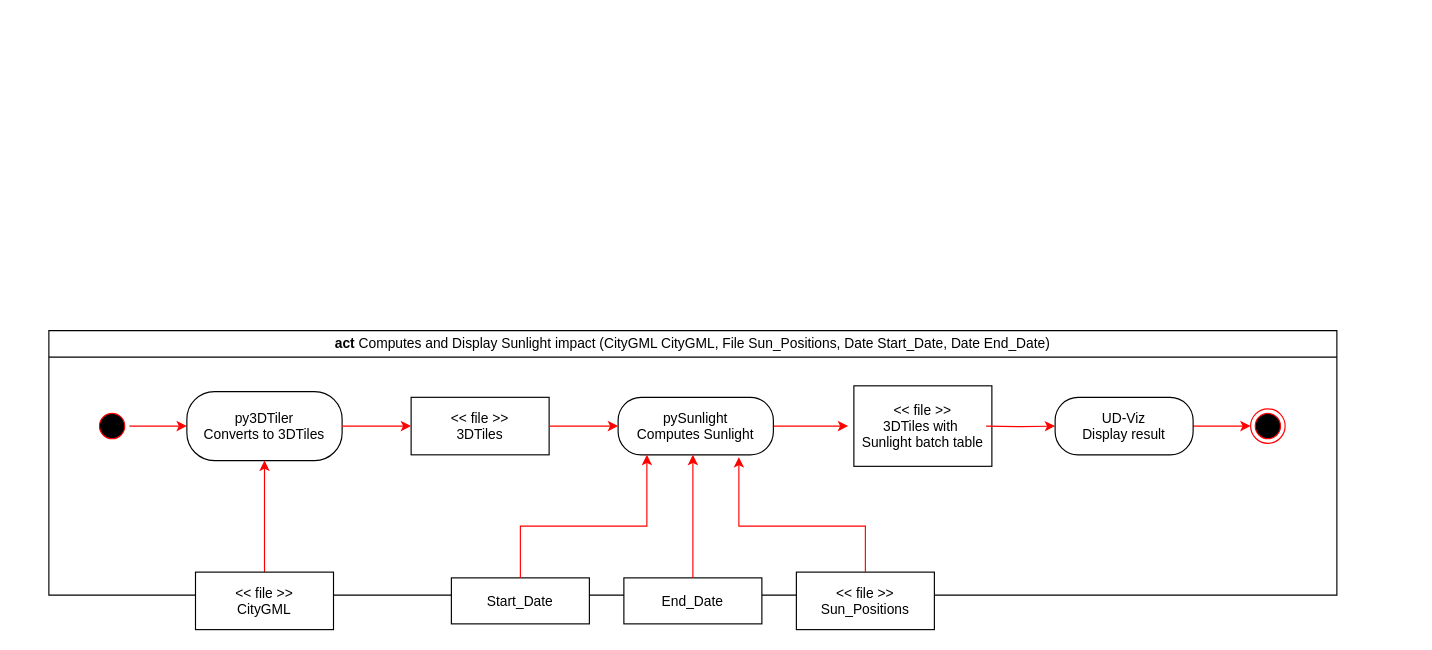
Above: page "0.3" (4 of 4) of docs/Pipeline_Activity_Chart.drawio in Marwan-Ru/Sunlight (draw.io), before the change. Source tidied: cells renumbered, new cells numbered last; positions are measured from the earlier drawing's top-left corner, leaving out a move shared by most shapes. Both pictures are drawn from the tidied source at 115%, with x=0, y=0 at pixel (48, 330).
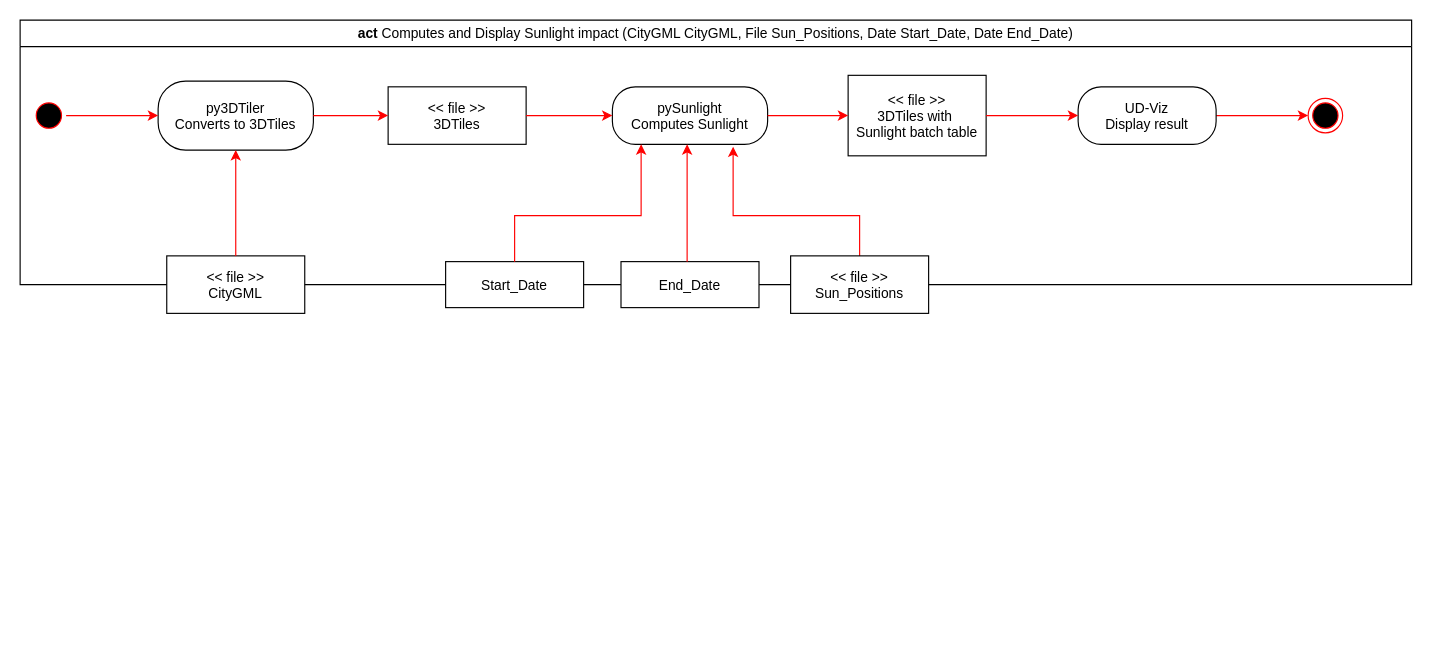
The same page after the edit.

Commit message:
Add Pipeline evolution in Pipeline Activity Chart

The change refers to these unchanged cells:
```xml
<mxCell id="7" value="py3DTiler&#10;Converts to 3DTiles" style="rounded=1;arcSize=40;" parent="3" vertex="1">
  <mxGeometry x="120" y="53" width="135" height="60" as="geometry" />
</mxCell>
```

Diff of the diagram source:
```diff
@@
     <mxCell id="2" value="&lt;&lt; file &gt;&gt;&#10;3DTiles with &#10;Sunlight batch table" parent="1" vertex="1">
-      <mxGeometry x="700" y="48" width="120" height="70" as="geometry" />
+      <mxGeometry x="695" y="-222" width="120" height="70" as="geometry" />
     </mxCell>
     <mxCell id="3" value="act&lt;span style=&quot;font-weight: normal;&quot;&gt; Computes and Display Sunlight impact (CityGML CityGML, File Sun_Positions, Date Start_Date, Date End_Date)&lt;/span&gt;" style="swimlane;whiteSpace=wrap;html=1;" parent="1" vertex="1">
-      <mxGeometry width="1120" height="230" as="geometry" />
+      <mxGeometry x="-25" y="-270" width="1210" height="230" as="geometry" />
     </mxCell>
-    <mxCell id="4" style="edgeStyle=orthogonalEdgeStyle;rounded=0;jettySize=auto;html=1;strokeColor=#FF0000;" parent="3" edge="1" target="15">
-      <mxGeometry relative="1" as="geometry">
-        <mxPoint x="815" y="83" as="sourcePoint" />
-      </mxGeometry>
-    </mxCell>
     <mxCell id="5" style="ellipse;shape=endState;fillColor=#000000;strokeColor=#ff0000;" parent="3" vertex="1">
-      <mxGeometry x="1045" y="68" width="30" height="30" as="geometry" />
+      <mxGeometry x="1120" y="68" width="30" height="30" as="geometry" />
     </mxCell>
     <mxCell id="6" style="ellipse;shape=startState;fillColor=#000000;strokeColor=#FF0000;" parent="3" vertex="1">
-      <mxGeometry x="40" y="68" width="30" height="30" as="geometry" />
+      <mxGeometry x="10" y="68" width="30" height="30" as="geometry" />
     </mxCell>
@@
     <mxCell id="9" value="&lt;&lt; file &gt;&gt;&#10;3DTiles" parent="3" vertex="1">
-      <mxGeometry x="315" y="58" width="120" height="50" as="geometry" />
+      <mxGeometry x="320" y="58" width="120" height="50" as="geometry" />
     </mxCell>
@@
-    <mxCell id="11" style="edgeStyle=orthogonalEdgeStyle;rounded=0;jettySize=auto;html=1;strokeColor=#FF0000;" parent="3" edge="1" source="12">
-      <mxGeometry relative="1" as="geometry">
-        <mxPoint x="695" y="83" as="targetPoint" />
-      </mxGeometry>
-    </mxCell>
     <mxCell id="12" value="pySunlight&#10;Computes Sunlight" style="rounded=1;arcSize=40;" parent="3" vertex="1">
-      <mxGeometry x="495" y="58" width="135" height="50" as="geometry" />
+      <mxGeometry x="515" y="58" width="135" height="50" as="geometry" />
     </mxCell>
-    <mxCell id="13" style="edgeStyle=orthogonalEdgeStyle;rounded=0;jettySize=auto;html=1;entryX=0;entryY=0.5;entryDx=0;entryDy=0;strokeColor=#FF0000;" parent="3" edge="1" source="9" target="12">
+    <mxCell id="13" style="edgeStyle=orthogonalEdgeStyle;rounded=0;jettySize=auto;html=1;entryX=0;entryY=0.5;entryDx=0;entryDy=0;strokeColor=#FF0000;exitX=1;exitY=0.5;exitDx=0;exitDy=0;" parent="3" edge="1" source="9" target="12">
       <mxGeometry relative="1" as="geometry" />
     </mxCell>
@@
     <mxCell id="15" value="UD-Viz&#10;Display result" style="rounded=1;arcSize=40;" parent="3" vertex="1">
-      <mxGeometry x="875" y="58" width="120" height="50" as="geometry" />
+      <mxGeometry x="920" y="58" width="120" height="50" as="geometry" />
     </mxCell>
+    <mxCell id="19" style="edgeStyle=orthogonalEdgeStyle;rounded=0;jettySize=auto;html=1;strokeColor=#FF0000;exitX=0.5;exitY=0;exitDx=0;exitDy=0;" parent="3" edge="1" source="18">
+      <mxGeometry relative="1" as="geometry">
+        <mxPoint x="620" y="110" as="targetPoint" />
+        <Array as="points">
+          <mxPoint x="730" y="170" />
+          <mxPoint x="620" y="170" />
+        </Array>
+      </mxGeometry>
+    </mxCell>
+    <mxCell id="22" value="End_Date" parent="1" vertex="1">
+      <mxGeometry x="497.5" y="-60" width="120" height="40" as="geometry" />
+    </mxCell>
+    <mxCell id="23" style="edgeStyle=orthogonalEdgeStyle;rounded=0;jettySize=auto;html=1;strokeColor=#FF0000;" parent="1" edge="1" source="22" target="12">
+      <mxGeometry relative="1" as="geometry">
+        <Array as="points">
+          <mxPoint x="555" y="-140" />
+          <mxPoint x="555" y="-140" />
+        </Array>
+      </mxGeometry>
+    </mxCell>
+    <mxCell id="11" style="edgeStyle=orthogonalEdgeStyle;rounded=0;jettySize=auto;html=1;strokeColor=#FF0000;entryX=0;entryY=0.5;entryDx=0;entryDy=0;" parent="1" edge="1" source="12" target="2">
+      <mxGeometry relative="1" as="geometry" />
+    </mxCell>
+    <mxCell id="4" style="edgeStyle=orthogonalEdgeStyle;rounded=0;jettySize=auto;html=1;strokeColor=#FF0000;exitX=1;exitY=0.5;exitDx=0;exitDy=0;" parent="1" edge="1" source="2" target="15">
+      <mxGeometry relative="1" as="geometry" />
+    </mxCell>
+    <mxCell id="17" value="&lt;&lt; file &gt;&gt;&#10;CityGML" parent="1" vertex="1">
+      <mxGeometry x="102.5" y="-65" width="120" height="50" as="geometry" />
+    </mxCell>
-    <mxCell id="16" style="edgeStyle=orthogonalEdgeStyle;rounded=0;jettySize=auto;html=1;entryX=0.5;entryY=1;entryDx=0;entryDy=0;strokeColor=#FF0000;" parent="3" edge="1" source="17" target="7">
+    <mxCell id="16" style="edgeStyle=orthogonalEdgeStyle;rounded=0;jettySize=auto;html=1;entryX=0.5;entryY=1;entryDx=0;entryDy=0;strokeColor=#FF0000;" parent="1" edge="1" source="17" target="7">
       <mxGeometry relative="1" as="geometry" />
     </mxCell>
-    <mxCell id="17" value="&lt;&lt; file &gt;&gt;&#10;CityGML" parent="3" vertex="1">
-      <mxGeometry x="127.5" y="210" width="120" height="50" as="geometry" />
-    </mxCell>
-    <mxCell id="18" value="&lt;&lt; file &gt;&gt;&#10;Sun_Positions" parent="3" vertex="1">
-      <mxGeometry x="650" y="210" width="120" height="50" as="geometry" />
-    </mxCell>
-    <mxCell id="19" style="edgeStyle=orthogonalEdgeStyle;rounded=0;jettySize=auto;html=1;strokeColor=#FF0000;exitX=0.5;exitY=0;exitDx=0;exitDy=0;" parent="3" edge="1" source="18">
-      <mxGeometry relative="1" as="geometry">
-        <mxPoint x="600" y="110" as="targetPoint" />
-        <Array as="points">
-          <mxPoint x="710" y="170" />
-          <mxPoint x="600" y="170" />
-        </Array>
-      </mxGeometry>
-    </mxCell>
-    <mxCell id="20" value="Start_Date" parent="3" vertex="1">
-      <mxGeometry x="350" y="215" width="120" height="40" as="geometry" />
+    <mxCell id="20" value="Start_Date" parent="1" vertex="1">
+      <mxGeometry x="345" y="-60" width="120" height="40" as="geometry" />
     </mxCell>
-    <mxCell id="21" style="edgeStyle=orthogonalEdgeStyle;rounded=0;jettySize=auto;html=1;strokeColor=#FF0000;exitX=0.5;exitY=0;exitDx=0;exitDy=0;" parent="3" edge="1" source="20" target="12">
+    <mxCell id="21" style="edgeStyle=orthogonalEdgeStyle;rounded=0;jettySize=auto;html=1;strokeColor=#FF0000;exitX=0.5;exitY=0;exitDx=0;exitDy=0;" parent="1" edge="1" source="20" target="12">
       <mxGeometry relative="1" as="geometry">
         <Array as="points">
-          <mxPoint x="410" y="170" />
-          <mxPoint x="520" y="170" />
+          <mxPoint x="405" y="-100" />
+          <mxPoint x="515" y="-100" />
         </Array>
       </mxGeometry>
     </mxCell>
-    <mxCell id="22" value="End_Date" parent="1" vertex="1">
-      <mxGeometry x="500" y="215" width="120" height="40" as="geometry" />
-    </mxCell>
-    <mxCell id="23" style="edgeStyle=orthogonalEdgeStyle;rounded=0;jettySize=auto;html=1;strokeColor=#FF0000;" parent="1" edge="1" source="22" target="12">
-      <mxGeometry relative="1" as="geometry">
-        <Array as="points">
-          <mxPoint x="560" y="130" />
-          <mxPoint x="560" y="130" />
-        </Array>
-      </mxGeometry>
-    </mxCell>
+    <mxCell id="18" value="&lt;&lt; file &gt;&gt;&#10;Sun_Positions" parent="1" vertex="1">
+      <mxGeometry x="645" y="-65" width="120" height="50" as="geometry" />
+    </mxCell>
```
